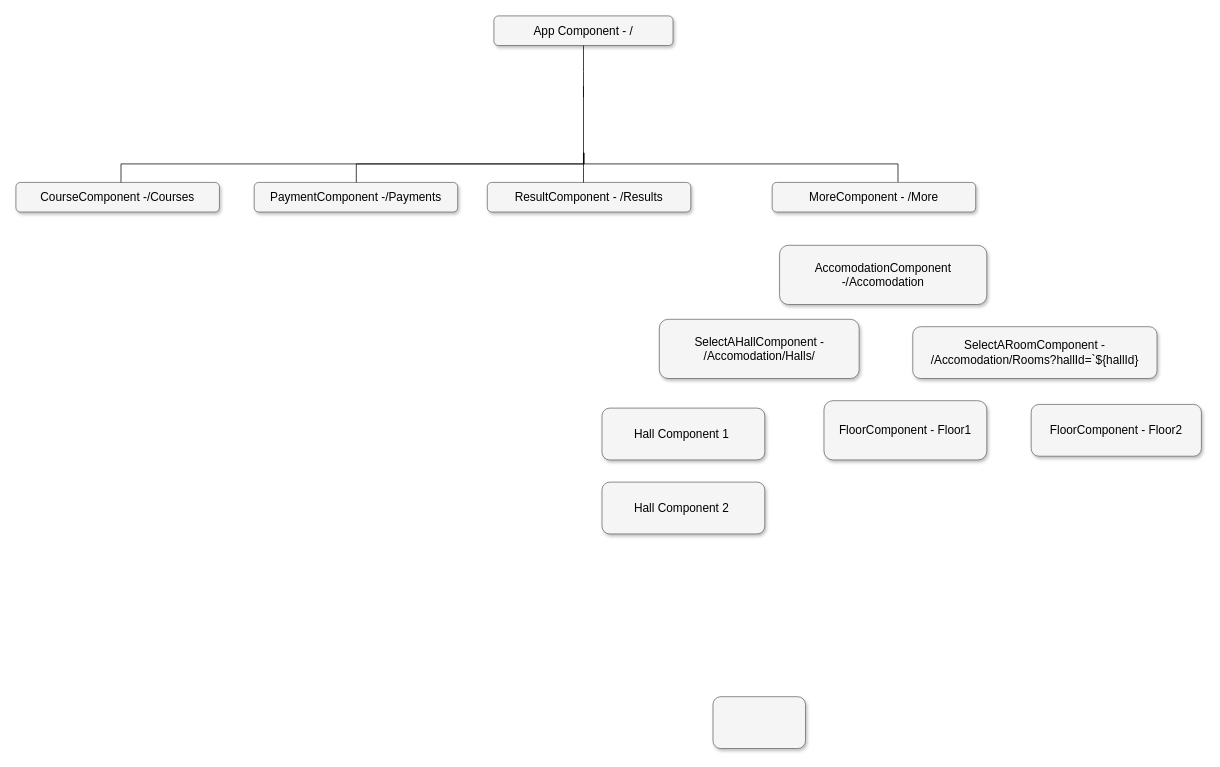
The draw.io diagram content/Untitled Diagram.drawio in MadeByIbukunoluwa/temp-repo, before the edit. Source tidied: cells renumbered, new cells numbered last; positions are measured from the earlier drawing's top-left corner, leaving out a move shared by most shapes. Both pictures are drawn from the tidied source at 74%, with x=0, y=0 at pixel (16, 16).
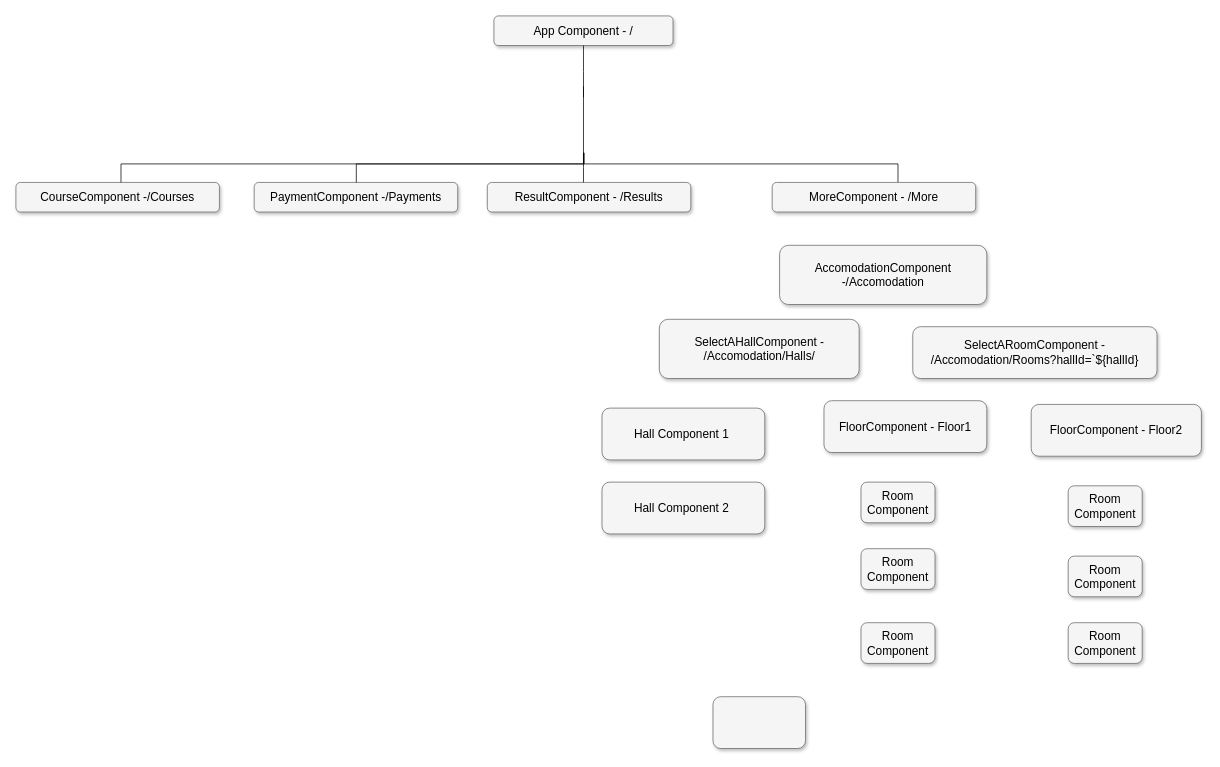
The same page after the edit.

Commit message:
Added Room Component

The edit, as a diff of the source:
```diff
@@
     <mxCell id="20" value="FloorComponent - Floor1" style="whiteSpace=wrap;html=1;rounded=1;shadow=1;strokeWidth=1;fontSize=16;align=center;fillColor=#f5f5f5;strokeColor=#666666;" parent="1" vertex="1">
-      <mxGeometry x="1092" y="520" width="220" height="80" as="geometry" />
+      <mxGeometry x="1092" y="520" width="220" height="70" as="geometry" />
     </mxCell>
@@
+    <mxCell id="25" value="Room Component" style="whiteSpace=wrap;html=1;fontSize=16;fillColor=#f5f5f5;strokeColor=#666666;rounded=1;shadow=1;strokeWidth=1;" parent="1" vertex="1">
+      <mxGeometry x="1142" y="630" width="100" height="55" as="geometry" />
+    </mxCell>
+    <mxCell id="26" value="Room Component" style="whiteSpace=wrap;html=1;fontSize=16;fillColor=#f5f5f5;strokeColor=#666666;rounded=1;shadow=1;strokeWidth=1;" parent="1" vertex="1">
+      <mxGeometry x="1142" y="720" width="100" height="55" as="geometry" />
+    </mxCell>
+    <mxCell id="27" value="Room Component" style="whiteSpace=wrap;html=1;fontSize=16;fillColor=#f5f5f5;strokeColor=#666666;rounded=1;shadow=1;strokeWidth=1;" parent="1" vertex="1">
+      <mxGeometry x="1142" y="820" width="100" height="55" as="geometry" />
+    </mxCell>
+    <mxCell id="28" value="Room Component" style="whiteSpace=wrap;html=1;fontSize=16;fillColor=#f5f5f5;strokeColor=#666666;rounded=1;shadow=1;strokeWidth=1;" parent="1" vertex="1">
+      <mxGeometry x="1422" y="820" width="100" height="55" as="geometry" />
+    </mxCell>
+    <mxCell id="29" value="Room Component" style="whiteSpace=wrap;html=1;fontSize=16;fillColor=#f5f5f5;strokeColor=#666666;rounded=1;shadow=1;strokeWidth=1;" parent="1" vertex="1">
+      <mxGeometry x="1422" y="730" width="100" height="55" as="geometry" />
+    </mxCell>
+    <mxCell id="30" value="Room Component" style="whiteSpace=wrap;html=1;fontSize=16;fillColor=#f5f5f5;strokeColor=#666666;rounded=1;shadow=1;strokeWidth=1;" parent="1" vertex="1">
+      <mxGeometry x="1422" y="635" width="100" height="55" as="geometry" />
+    </mxCell>
```
